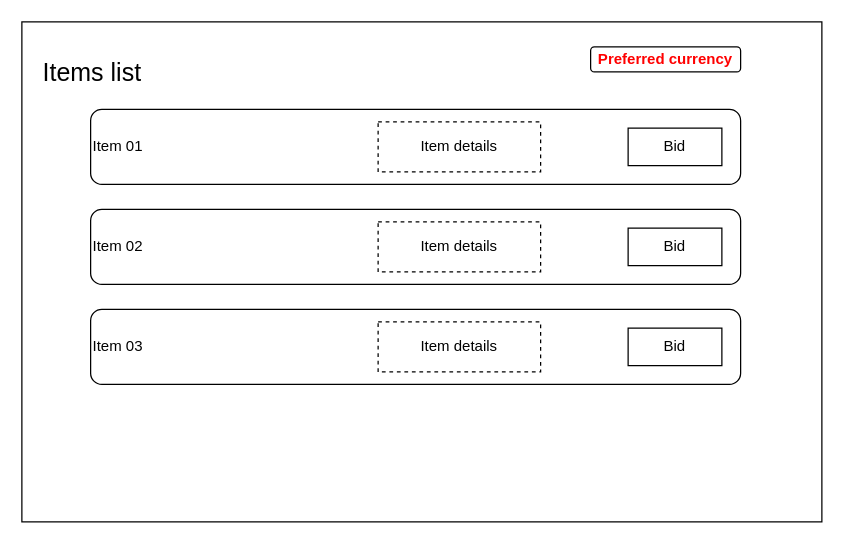
The draw.io diagram ItemList_page.drawio in malshan1998/draw.io, before the edit. Source tidied: cells renumbered, new cells numbered last; positions are measured from the earlier drawing's top-left corner, leaving out a move shared by most shapes. Both pictures are drawn from the tidied source at 125%, with x=0, y=0 at pixel (21, 21).
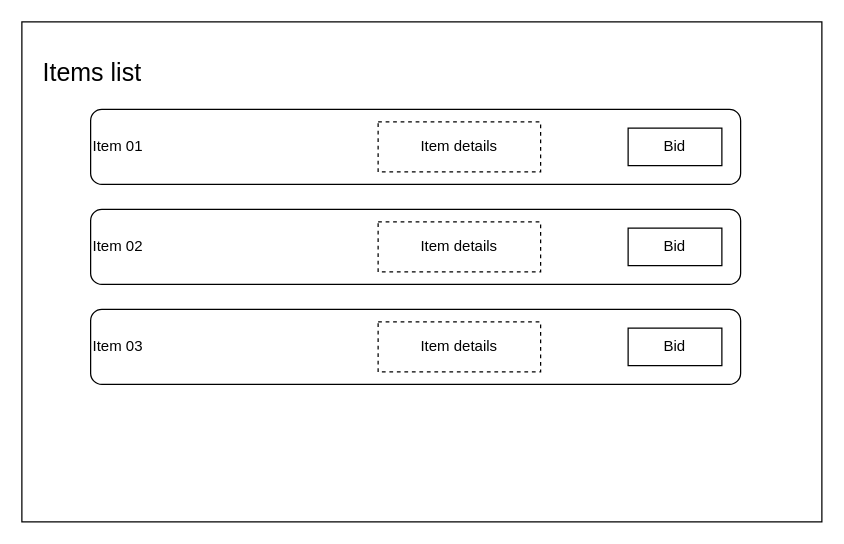
After the change.

Change to the diagram source:
```diff
@@
 <mxGraphModel>
   <root>
     <mxCell id="0" />
     <mxCell id="1" parent="0" />
     <mxCell id="2" style="rounded=0;whiteSpace=wrap;html=1;fillColor=none;" parent="1" vertex="1">
       <mxGeometry width="640" height="400" as="geometry" />
     </mxCell>
     <mxCell id="3" value="Item 01" style="rounded=1;whiteSpace=wrap;html=1;align=left;" parent="1" vertex="1">
       <mxGeometry x="55" y="70" width="520" height="60" as="geometry" />
     </mxCell>
     <mxCell id="4" value="Bid" style="rounded=0;whiteSpace=wrap;html=1;" parent="1" vertex="1">
       <mxGeometry x="485" y="85" width="75" height="30" as="geometry" />
     </mxCell>
     <mxCell id="5" value="Item 02" style="rounded=1;whiteSpace=wrap;html=1;align=left;" parent="1" vertex="1">
       <mxGeometry x="55" y="150" width="520" height="60" as="geometry" />
     </mxCell>
     <mxCell id="6" value="Item 03" style="rounded=1;whiteSpace=wrap;html=1;align=left;" parent="1" vertex="1">
       <mxGeometry x="55" y="230" width="520" height="60" as="geometry" />
     </mxCell>
     <mxCell id="7" value="Bid" style="rounded=0;whiteSpace=wrap;html=1;" parent="1" vertex="1">
       <mxGeometry x="485" y="165" width="75" height="30" as="geometry" />
     </mxCell>
     <mxCell id="8" value="Bid" style="rounded=0;whiteSpace=wrap;html=1;" parent="1" vertex="1">
       <mxGeometry x="485" y="245" width="75" height="30" as="geometry" />
     </mxCell>
     <mxCell id="9" value="Item details" style="rounded=0;whiteSpace=wrap;html=1;dashed=1;" parent="1" vertex="1">
       <mxGeometry x="285" y="80" width="130" height="40" as="geometry" />
     </mxCell>
     <mxCell id="10" value="Item details" style="rounded=0;whiteSpace=wrap;html=1;dashed=1;" parent="1" vertex="1">
       <mxGeometry x="285" y="160" width="130" height="40" as="geometry" />
     </mxCell>
     <mxCell id="11" value="Item details" style="rounded=0;whiteSpace=wrap;html=1;dashed=1;" parent="1" vertex="1">
       <mxGeometry x="285" y="240" width="130" height="40" as="geometry" />
     </mxCell>
     <mxCell id="12" value="Items list" style="rounded=0;whiteSpace=wrap;html=1;fillColor=none;strokeColor=none;fontSize=20;align=left;" parent="1" vertex="1">
       <mxGeometry x="15" y="10" width="190" height="60" as="geometry" />
     </mxCell>
-    <mxCell id="13" value="&lt;div&gt;Preferred currency&lt;/div&gt;" style="rounded=1;whiteSpace=wrap;html=1;fontStyle=1;fontColor=#ff0000;" parent="1" vertex="1">
-      <mxGeometry x="455" y="20" width="120" height="20" as="geometry" />
-    </mxCell>
   </root>
 </mxGraphModel>
```
